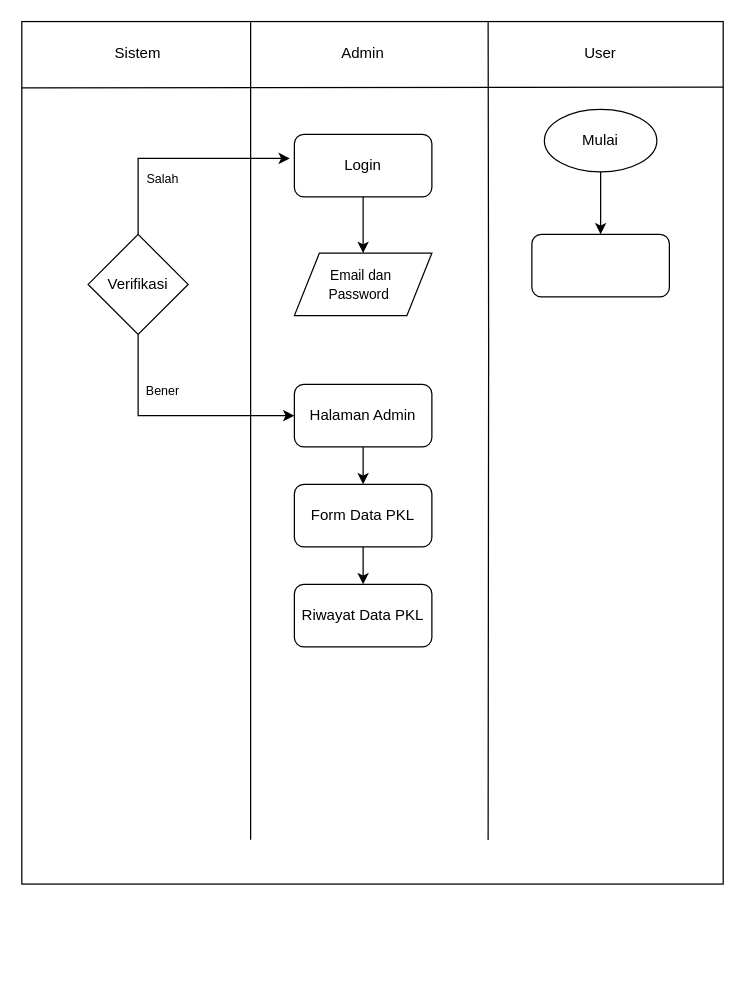
This is Flowchart.drawio from LP3i-projectNS/project-PKL, a draw.io file, before an edit. Source tidied: cells renumbered, new cells numbered last; positions are measured from the earlier drawing's top-left corner, leaving out a move shared by most shapes. Both pictures are drawn from the tidied source at 125%, with x=0, y=0 at pixel (-59, 21).
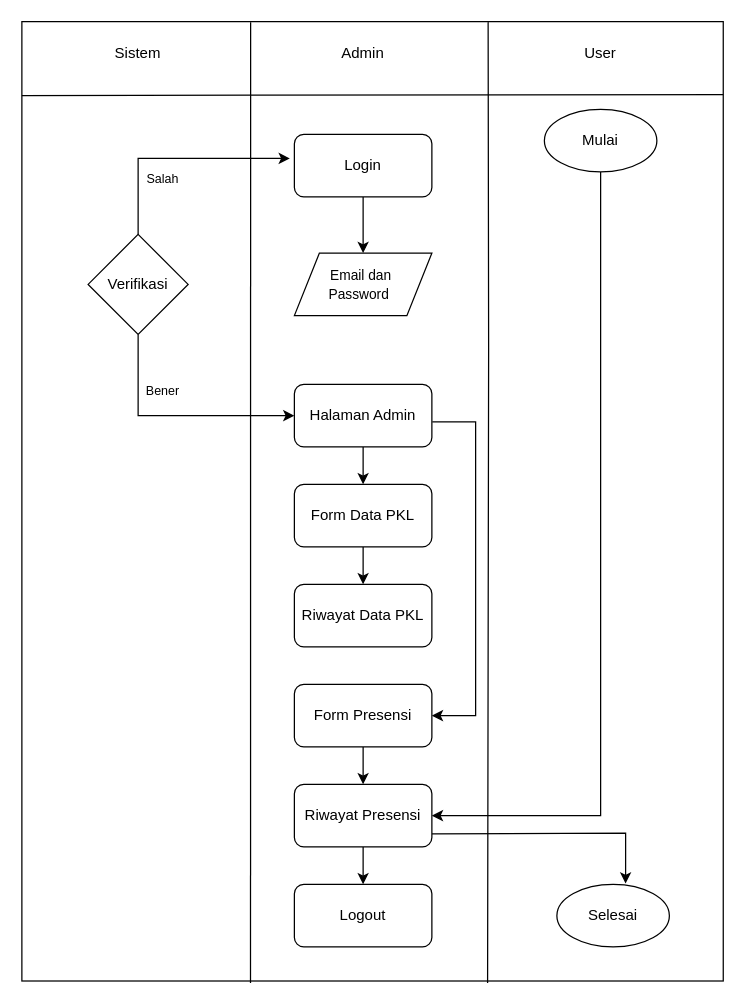
Above is the later version.

The change refers to these unchanged cells:
```xml
<mxCell id="10" value="Mulai" style="ellipse;whiteSpace=wrap;html=1;" parent="1" vertex="1">
  <mxGeometry x="482" y="70" width="90" height="50" as="geometry" />
</mxCell>
<mxCell id="17" value="Halaman Admin" style="rounded=1;whiteSpace=wrap;html=1;" parent="1" vertex="1">
  <mxGeometry x="282" y="290" width="110" height="50" as="geometry" />
</mxCell>
```

What changed in the source:
```diff
@@
     <mxCell id="2" style="rounded=0;whiteSpace=wrap;html=1;rotation=90;" parent="1" vertex="1">
-      <mxGeometry x="-0.5" y="64.2" width="690" height="561.1" as="geometry" />
+      <mxGeometry x="-39.2" y="103" width="767.5" height="561.1" as="geometry" />
     </mxCell>
-    <mxCell id="3" style="endArrow=none;html=1;rounded=0;exitX=0.999;exitY=0.37;exitDx=0;exitDy=0;exitPerimeter=0;entryX=0;entryY=0.37;entryDx=0;entryDy=0;entryPerimeter=0;" parent="1" edge="1">
+    <mxCell id="3" style="endArrow=none;html=1;rounded=0;exitX=1.002;exitY=0.336;exitDx=0;exitDy=0;exitPerimeter=0;entryX=0;entryY=0.37;entryDx=0;entryDy=0;entryPerimeter=0;" parent="1" edge="1" source="2">
       <mxGeometry relative="1" as="geometry">
-        <mxPoint x="437" y="654.5" as="sourcePoint" />
         <mxPoint x="437" y="0.2" as="targetPoint" />
         <Array as="points">
           <mxPoint x="437.4" y="260.3" />
         </Array>
       </mxGeometry>
     </mxCell>
-    <mxCell id="4" style="endArrow=none;html=1;rounded=0;exitX=0.999;exitY=0.37;exitDx=0;exitDy=0;exitPerimeter=0;entryX=0;entryY=0.37;entryDx=0;entryDy=0;entryPerimeter=0;" parent="1" edge="1">
+    <mxCell id="4" style="endArrow=none;html=1;rounded=0;exitX=1.002;exitY=0.674;exitDx=0;exitDy=0;exitPerimeter=0;entryX=0;entryY=0.37;entryDx=0;entryDy=0;entryPerimeter=0;" parent="1" edge="1" source="2">
       <mxGeometry relative="1" as="geometry">
-        <mxPoint x="247" y="654.3" as="sourcePoint" />
         <mxPoint x="247" y="0.3" as="targetPoint" />
       </mxGeometry>
     </mxCell>
@@
-    <mxCell id="9" style="edgeStyle=orthogonalEdgeStyle;rounded=0;jettySize=auto;html=1;exitX=0.5;exitY=1;exitDx=0;exitDy=0;" parent="1" edge="1" source="10" target="11">
-      <mxGeometry relative="1" as="geometry" />
-    </mxCell>
@@
-    <mxCell id="11" style="rounded=1;whiteSpace=wrap;html=1;" parent="1" vertex="1">
-      <mxGeometry x="472" y="170" width="110" height="50" as="geometry" />
-    </mxCell>
@@
+    <mxCell id="25" style="edgeStyle=orthogonalEdgeStyle;rounded=0;jettySize=auto;html=1;entryX=0.5;entryY=0;entryDx=0;entryDy=0;" parent="1" edge="1" source="26" target="28">
+      <mxGeometry relative="1" as="geometry" />
+    </mxCell>
+    <mxCell id="26" value="Form Presensi" style="rounded=1;whiteSpace=wrap;html=1;" parent="1" vertex="1">
+      <mxGeometry x="282" y="530" width="110" height="50" as="geometry" />
+    </mxCell>
+    <mxCell id="27" style="edgeStyle=orthogonalEdgeStyle;rounded=0;jettySize=auto;html=1;entryX=0.5;entryY=0;entryDx=0;entryDy=0;" parent="1" edge="1" source="28" target="30">
+      <mxGeometry relative="1" as="geometry" />
+    </mxCell>
+    <mxCell id="28" value="Riwayat Presensi" style="rounded=1;whiteSpace=wrap;html=1;" parent="1" vertex="1">
+      <mxGeometry x="282" y="610" width="110" height="50" as="geometry" />
+    </mxCell>
+    <mxCell id="29" style="endArrow=classic;html=1;rounded=0;entryX=1;entryY=0.5;entryDx=0;entryDy=0;exitX=1.003;exitY=0.599;exitDx=0;exitDy=0;exitPerimeter=0;" parent="1" edge="1" source="17" target="26">
+      <mxGeometry relative="1" as="geometry">
+        <Array as="points">
+          <mxPoint x="427" y="320" />
+          <mxPoint x="427" y="555" />
+        </Array>
+      </mxGeometry>
+    </mxCell>
+    <mxCell id="30" value="Logout" style="rounded=1;whiteSpace=wrap;html=1;" parent="1" vertex="1">
+      <mxGeometry x="282" y="690" width="110" height="50" as="geometry" />
+    </mxCell>
+    <mxCell id="31" value="Selesai" style="ellipse;whiteSpace=wrap;html=1;" parent="1" vertex="1">
+      <mxGeometry x="492" y="690" width="90" height="50" as="geometry" />
+    </mxCell>
+    <mxCell id="32" style="endArrow=classic;html=1;rounded=0;entryX=0.611;entryY=-0.014;entryDx=0;entryDy=0;entryPerimeter=0;exitX=1.001;exitY=0.791;exitDx=0;exitDy=0;exitPerimeter=0;" parent="1" edge="1" source="28" target="31">
+      <mxGeometry relative="1" as="geometry">
+        <Array as="points">
+          <mxPoint x="547" y="649" />
+        </Array>
+      </mxGeometry>
+    </mxCell>
+    <mxCell id="33" style="endArrow=classic;html=1;rounded=0;" parent="1" edge="1" target="28">
+      <mxGeometry relative="1" as="geometry">
+        <mxPoint x="527" y="120" as="sourcePoint" />
+        <Array as="points">
+          <mxPoint x="527" y="635" />
+        </Array>
+      </mxGeometry>
+    </mxCell>
```
